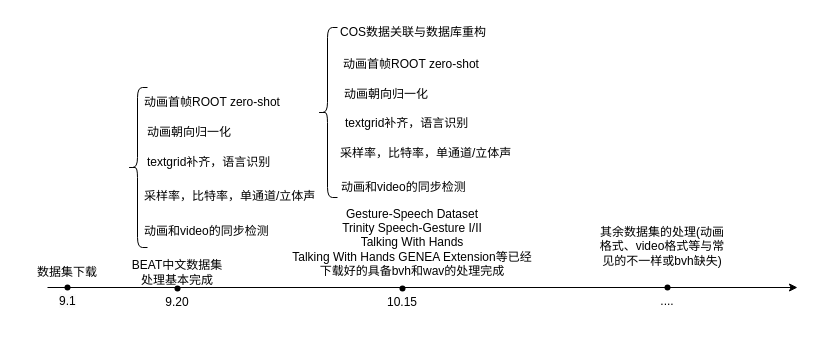
Above: cs2g进展.drawio in enzoyes/desginsindraw (draw.io), before the change. Source tidied: cells renumbered, new cells numbered last; positions are measured from the earlier drawing's top-left corner, leaving out a move shared by most shapes. Both pictures are drawn from the tidied source at 100%, with x=0, y=0 at pixel (17, 17).
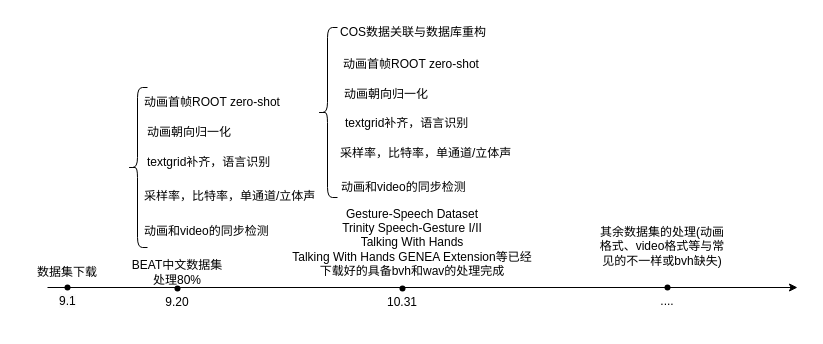
Above is the later version.

Change to the diagram source:
```diff
@@
-    <mxCell id="8" value="BEAT中文数据集处理基本完成" style="text;html=1;strokeColor=none;fillColor=none;align=center;verticalAlign=middle;whiteSpace=wrap;rounded=0;" parent="1" vertex="1">
+    <mxCell id="8" value="BEAT中文数据集处理80%" style="text;html=1;strokeColor=none;fillColor=none;align=center;verticalAlign=middle;whiteSpace=wrap;rounded=0;" parent="1" vertex="1">
       <mxGeometry x="110" y="240" width="100" height="30" as="geometry" />
     </mxCell>
@@
-    <mxCell id="16" value="10.15" style="text;html=1;strokeColor=none;fillColor=none;align=center;verticalAlign=middle;whiteSpace=wrap;rounded=0;" parent="1" vertex="1">
+    <mxCell id="16" value="10.31" style="text;html=1;strokeColor=none;fillColor=none;align=center;verticalAlign=middle;whiteSpace=wrap;rounded=0;" parent="1" vertex="1">
       <mxGeometry x="355" y="270" width="60" height="30" as="geometry" />
     </mxCell>
```
